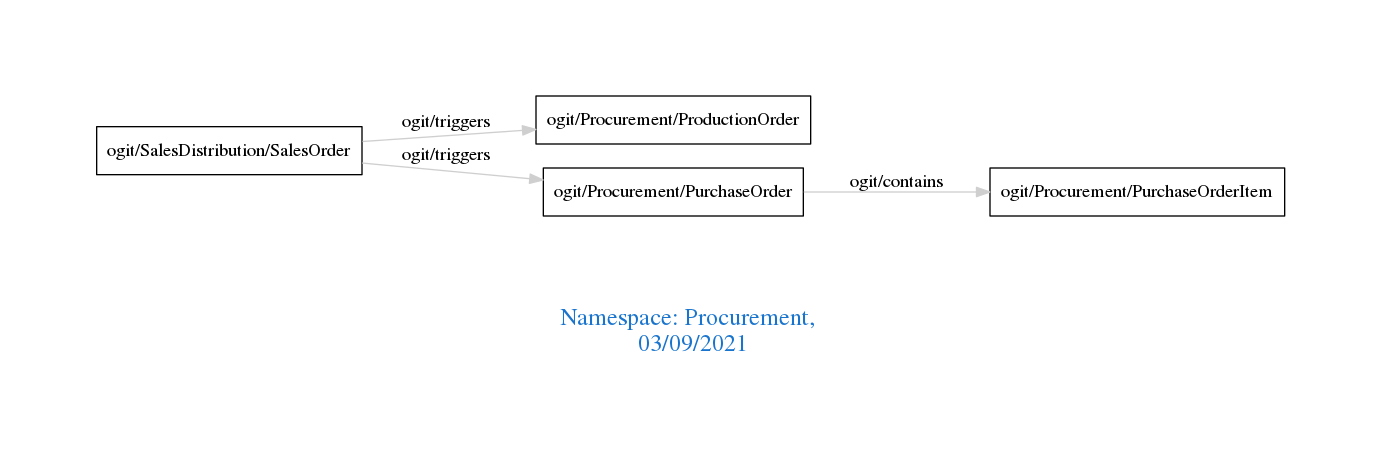
arago/OGIT keeps this Graphviz diagram as downloads/Procurement.png. Above is the earlier version. Its source is kept beside it as downloads/Procurement.dot.
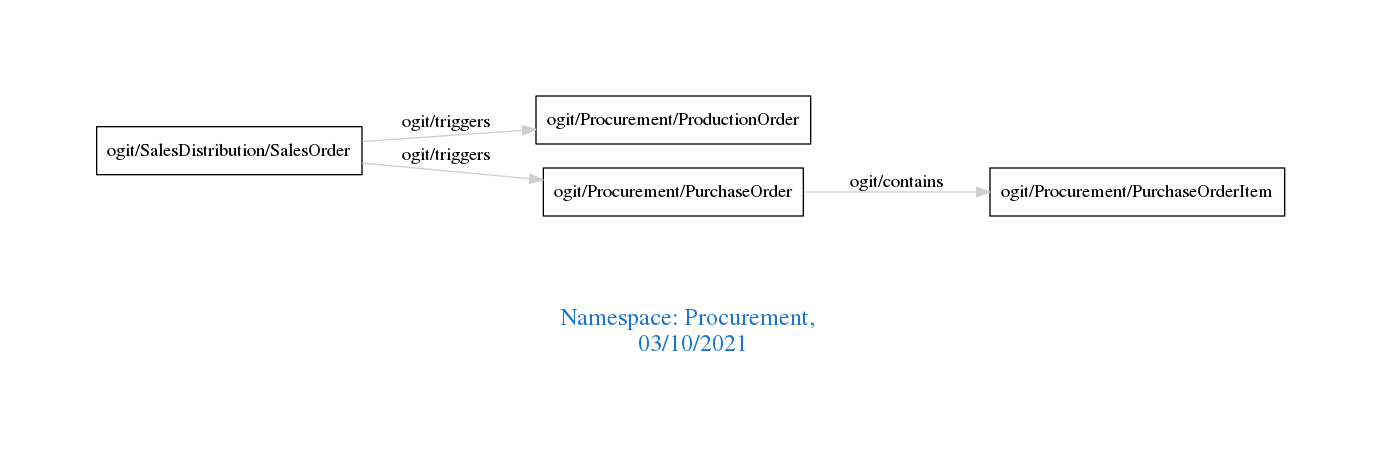
Later version of the same file.

The edit, as a diff of the source:
```diff
@@ -1,7 +1,7 @@
 digraph OGIT_ontology {
  graph [ rankdir= LR,pad=1
 fontsize = 18,
-fontcolor= dodgerblue3,label = "\n\n\nNamespace: Procurement, \n 03/09/2021"];
+fontcolor= dodgerblue3,label = "\n\n\nNamespace: Procurement, \n 03/10/2021"];
 node[shape=polygon];
 edge [  color="gray81"];
 
```
